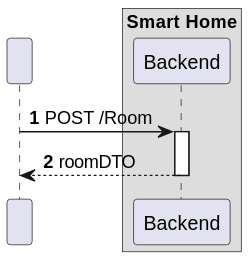
Above: docs/C4_4plus1_models/Level2/ProcessView/ProcessViewLevel2_UC02_v1.svg in moutajDev/smarthome (PlantUML), before the change. Its diagram source:
```plantuml
@startuml
!pragma layout smetana

autonumber

participant " " as HTTP

box "Smart Home"
    participant "Backend" as Backend
end box


HTTP -> Backend: POST /Room
activate Backend

Backend --> HTTP: roomDTO
deactivate Backend
@enduml
```
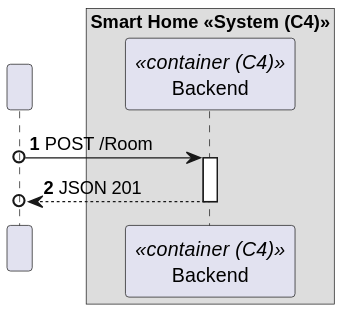
Later version of the same file.

Change to the diagram source:
```diff
@@ -5,14 +5,14 @@
 
 participant " " as HTTP
 
-box "Smart Home"
-    participant "Backend" as Backend
+box "Smart Home <<System (C4)>>"
+    participant "Backend" as Backend<<container (C4)>>
 end box
 
 
-HTTP -> Backend: POST /Room
+HTTP o-> Backend: POST /Room
 activate Backend
 
-Backend --> HTTP: roomDTO
+Backend -->o HTTP: JSON 201
 deactivate Backend
 @enduml
```
